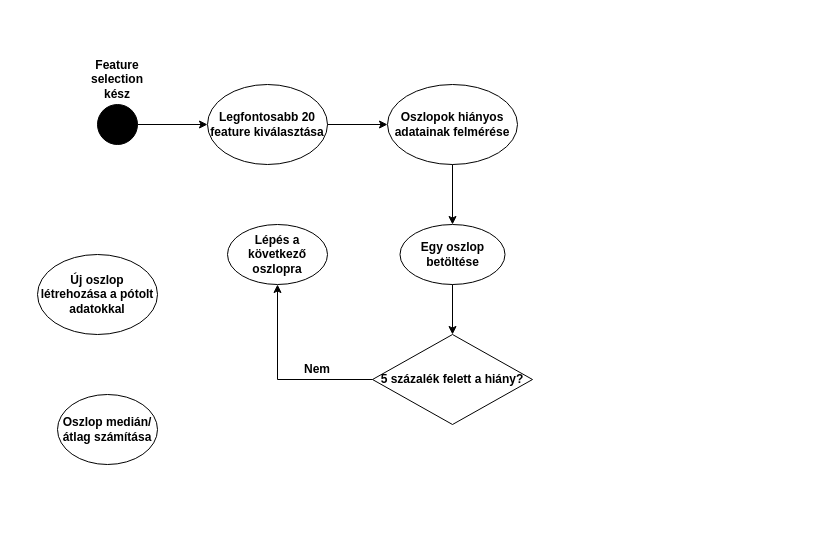
Above: Adattisztítás.drawio in HabanAndras/Gepi-latas (draw.io), before the change. Source tidied: cells renumbered, new cells numbered last; positions are measured from the earlier drawing's top-left corner, leaving out a move shared by most shapes. Both pictures are drawn from the tidied source at 100%, with x=0, y=0 at pixel (37, 64).
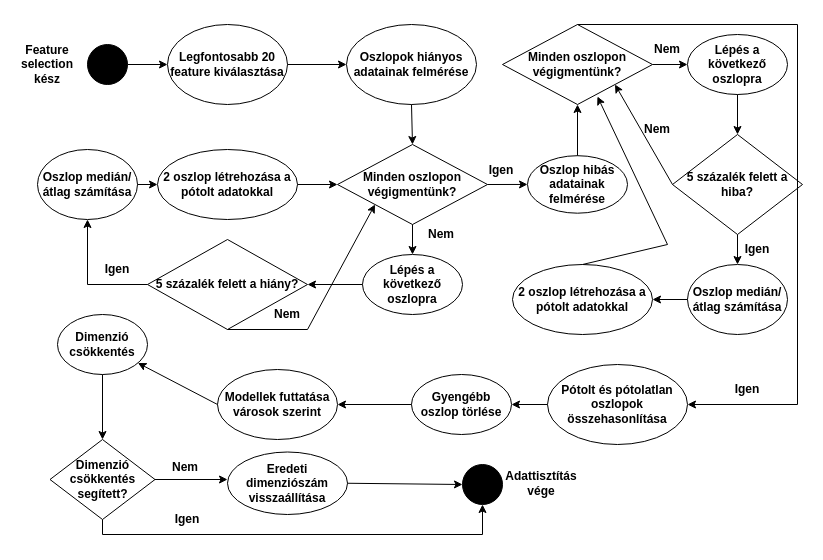
The same diagram, later.

Change to the diagram source:
```diff
@@
     <mxCell id="2" style="ellipse;whiteSpace=wrap;html=1;fillColor=#000000;" parent="1" vertex="1">
-      <mxGeometry x="60" y="40" width="40" height="40" as="geometry" />
+      <mxGeometry x="50" y="-20" width="40" height="40" as="geometry" />
     </mxCell>
     <mxCell id="3" value="&lt;b&gt;Feature selection kész&lt;br&gt;&lt;/b&gt;" style="text;html=1;strokeColor=none;fillColor=none;align=center;verticalAlign=middle;whiteSpace=wrap;rounded=0;" parent="1" vertex="1">
-      <mxGeometry x="50" width="60" height="30" as="geometry" />
+      <mxGeometry x="-20" y="-15" width="60" height="30" as="geometry" />
     </mxCell>
@@
     <mxCell id="5" value="&lt;b&gt;Legfontosabb 20 feature kiválasztása&lt;br&gt;&lt;/b&gt;" style="ellipse;whiteSpace=wrap;html=1;" parent="1" vertex="1">
-      <mxGeometry x="170" y="20" width="120" height="80" as="geometry" />
+      <mxGeometry x="130" y="-40" width="120" height="80" as="geometry" />
     </mxCell>
@@
     <mxCell id="7" value="&lt;b&gt;Oszlopok hiányos adatainak felmérése&lt;br&gt;&lt;/b&gt;" style="ellipse;whiteSpace=wrap;html=1;" parent="1" vertex="1">
-      <mxGeometry x="350" y="20" width="130" height="80" as="geometry" />
+      <mxGeometry x="309" y="-40" width="130" height="80" as="geometry" />
     </mxCell>
-    <mxCell id="8" style="endArrow=classic;html=1;rounded=0;exitX=0.5;exitY=1;exitDx=0;exitDy=0;" parent="1" edge="1" source="7">
-      <mxGeometry relative="1" as="geometry">
-        <mxPoint x="415" y="160" as="targetPoint" />
-      </mxGeometry>
-    </mxCell>
-    <mxCell id="9" value="&lt;b&gt;Egy oszlop betöltése&lt;br&gt;&lt;/b&gt;" style="ellipse;whiteSpace=wrap;html=1;" parent="1" vertex="1">
-      <mxGeometry x="362.5" y="160" width="105" height="60" as="geometry" />
-    </mxCell>
     <mxCell id="10" value="&lt;b&gt;Lépés a következő oszlopra&lt;br&gt;&lt;/b&gt;" style="ellipse;whiteSpace=wrap;html=1;" parent="1" vertex="1">
-      <mxGeometry x="190" y="160" width="100" height="60" as="geometry" />
+      <mxGeometry x="325" y="190" width="100" height="60" as="geometry" />
     </mxCell>
     <mxCell id="11" value="&lt;b&gt;5 százalék felett a hiány?&lt;br&gt;&lt;/b&gt;" style="rhombus;whiteSpace=wrap;html=1;" parent="1" vertex="1">
-      <mxGeometry x="335" y="270" width="160" height="90" as="geometry" />
+      <mxGeometry x="110" y="175" width="160" height="90" as="geometry" />
     </mxCell>
-    <mxCell id="12" style="endArrow=classic;html=1;rounded=0;exitX=0.5;exitY=1;exitDx=0;exitDy=0;entryX=0.5;entryY=0;entryDx=0;entryDy=0;" parent="1" edge="1" source="9" target="11">
-      <mxGeometry relative="1" as="geometry" />
-    </mxCell>
-    <mxCell id="13" style="endArrow=classic;html=1;rounded=0;exitX=0;exitY=0.5;exitDx=0;exitDy=0;entryX=0.5;entryY=1;entryDx=0;entryDy=0;" parent="1" edge="1" source="11" target="10">
-      <mxGeometry relative="1" as="geometry">
-        <Array as="points">
-          <mxPoint x="240" y="315" />
-        </Array>
-      </mxGeometry>
-    </mxCell>
-    <mxCell id="14" value="&lt;b&gt;Nem&lt;/b&gt;" style="text;html=1;strokeColor=none;fillColor=none;align=center;verticalAlign=middle;whiteSpace=wrap;rounded=0;" parent="1" vertex="1">
-      <mxGeometry x="250" y="290" width="60" height="30" as="geometry" />
-    </mxCell>
     <mxCell id="15" value="&lt;b&gt;Oszlop medián/átlag számítása&lt;br&gt;&lt;/b&gt;" style="ellipse;whiteSpace=wrap;html=1;" parent="1" vertex="1">
-      <mxGeometry x="20" y="330" width="100" height="70" as="geometry" />
+      <mxGeometry y="85" width="100" height="70" as="geometry" />
     </mxCell>
-    <mxCell id="16" value="&lt;b&gt;Új oszlop létrehozása a pótolt adatokkal&lt;br&gt;&lt;/b&gt;" style="ellipse;whiteSpace=wrap;html=1;" parent="1" vertex="1">
-      <mxGeometry y="190" width="120" height="80" as="geometry" />
+    <mxCell id="16" value="&lt;b&gt;2 oszlop létrehozása a pótolt adatokkal&lt;br&gt;&lt;/b&gt;" style="ellipse;whiteSpace=wrap;html=1;" parent="1" vertex="1">
+      <mxGeometry x="120" y="85" width="140" height="70" as="geometry" />
     </mxCell>
+    <mxCell id="17" value="&lt;b&gt;Minden oszlopon végigmentünk?&lt;br&gt;&lt;/b&gt;" style="rhombus;whiteSpace=wrap;html=1;" parent="1" vertex="1">
+      <mxGeometry x="300" y="80" width="150" height="80" as="geometry" />
+    </mxCell>
+    <mxCell id="18" value="&lt;b&gt;Nem&lt;/b&gt;" style="text;html=1;strokeColor=none;fillColor=none;align=center;verticalAlign=middle;whiteSpace=wrap;rounded=0;" parent="1" vertex="1">
+      <mxGeometry x="374" y="155" width="60" height="30" as="geometry" />
+    </mxCell>
+    <mxCell id="19" value="&lt;b&gt;Igen&lt;/b&gt;" style="text;html=1;strokeColor=none;fillColor=none;align=center;verticalAlign=middle;whiteSpace=wrap;rounded=0;" parent="1" vertex="1">
+      <mxGeometry x="50" y="190" width="60" height="30" as="geometry" />
+    </mxCell>
+    <mxCell id="20" value="&lt;b&gt;Nem&lt;/b&gt;" style="text;html=1;strokeColor=none;fillColor=none;align=center;verticalAlign=middle;whiteSpace=wrap;rounded=0;" parent="1" vertex="1">
+      <mxGeometry x="220" y="235" width="60" height="30" as="geometry" />
+    </mxCell>
+    <mxCell id="21" style="endArrow=classic;html=1;rounded=0;exitX=0.5;exitY=1;exitDx=0;exitDy=0;entryX=0.5;entryY=0;entryDx=0;entryDy=0;" parent="1" edge="1" source="7" target="17">
+      <mxGeometry relative="1" as="geometry" />
+    </mxCell>
+    <mxCell id="22" style="endArrow=classic;html=1;rounded=0;exitX=0.5;exitY=1;exitDx=0;exitDy=0;entryX=0.5;entryY=0;entryDx=0;entryDy=0;" parent="1" edge="1" source="17" target="10">
+      <mxGeometry relative="1" as="geometry" />
+    </mxCell>
+    <mxCell id="23" style="endArrow=classic;html=1;rounded=0;exitX=0;exitY=0.5;exitDx=0;exitDy=0;entryX=1;entryY=0.5;entryDx=0;entryDy=0;" parent="1" edge="1" source="10" target="11">
+      <mxGeometry relative="1" as="geometry" />
+    </mxCell>
+    <mxCell id="24" style="endArrow=classic;html=1;rounded=0;exitX=1;exitY=0.5;exitDx=0;exitDy=0;entryX=0;entryY=0.5;entryDx=0;entryDy=0;" parent="1" edge="1" source="16" target="17">
+      <mxGeometry relative="1" as="geometry" />
+    </mxCell>
+    <mxCell id="25" style="endArrow=classic;html=1;rounded=0;exitX=1;exitY=0.5;exitDx=0;exitDy=0;entryX=0;entryY=0.5;entryDx=0;entryDy=0;" parent="1" edge="1" source="15" target="16">
+      <mxGeometry relative="1" as="geometry" />
+    </mxCell>
+    <mxCell id="26" style="endArrow=classic;html=1;rounded=0;exitX=0;exitY=0.5;exitDx=0;exitDy=0;entryX=0.5;entryY=1;entryDx=0;entryDy=0;" parent="1" edge="1" source="11" target="15">
+      <mxGeometry relative="1" as="geometry">
+        <Array as="points">
+          <mxPoint x="50" y="220" />
+        </Array>
+      </mxGeometry>
+    </mxCell>
+    <mxCell id="27" value="&lt;b&gt;Oszlop hibás adatainak felmérése&lt;br&gt;&lt;/b&gt;" style="ellipse;whiteSpace=wrap;html=1;" parent="1" vertex="1">
+      <mxGeometry x="490" y="91.2" width="100" height="57.5" as="geometry" />
+    </mxCell>
+    <mxCell id="28" style="endArrow=classic;html=1;rounded=0;exitX=0.5;exitY=0;exitDx=0;exitDy=0;entryX=0.5;entryY=1;entryDx=0;entryDy=0;" parent="1" edge="1" source="27" target="29">
+      <mxGeometry relative="1" as="geometry" />
+    </mxCell>
+    <mxCell id="29" value="&lt;b&gt;Minden oszlopon végigmentünk?&lt;br&gt;&lt;/b&gt;" style="rhombus;whiteSpace=wrap;html=1;" parent="1" vertex="1">
+      <mxGeometry x="465" y="-40" width="150" height="80" as="geometry" />
+    </mxCell>
+    <mxCell id="30" value="&lt;b&gt;Nem&lt;/b&gt;" style="text;html=1;strokeColor=none;fillColor=none;align=center;verticalAlign=middle;whiteSpace=wrap;rounded=0;" parent="1" vertex="1">
+      <mxGeometry x="600" y="-30" width="60" height="30" as="geometry" />
+    </mxCell>
+    <mxCell id="31" value="&lt;b&gt;Lépés a következő oszlopra&lt;br&gt;&lt;/b&gt;" style="ellipse;whiteSpace=wrap;html=1;" parent="1" vertex="1">
+      <mxGeometry x="650" y="-30" width="100" height="60" as="geometry" />
+    </mxCell>
+    <mxCell id="32" style="endArrow=classic;html=1;rounded=0;exitX=0.5;exitY=1;exitDx=0;exitDy=0;entryX=0;entryY=1;entryDx=0;entryDy=0;" parent="1" edge="1" source="11" target="17">
+      <mxGeometry relative="1" as="geometry">
+        <Array as="points">
+          <mxPoint x="270" y="265" />
+        </Array>
+      </mxGeometry>
+    </mxCell>
+    <mxCell id="33" style="endArrow=classic;html=1;rounded=0;exitX=1;exitY=0.5;exitDx=0;exitDy=0;entryX=0;entryY=0.5;entryDx=0;entryDy=0;" parent="1" edge="1" source="17" target="27">
+      <mxGeometry relative="1" as="geometry" />
+    </mxCell>
+    <mxCell id="34" value="&lt;b&gt;Igen&lt;/b&gt;" style="text;html=1;strokeColor=none;fillColor=none;align=center;verticalAlign=middle;whiteSpace=wrap;rounded=0;" parent="1" vertex="1">
+      <mxGeometry x="434" y="91.2" width="60" height="30" as="geometry" />
+    </mxCell>
+    <mxCell id="35" style="endArrow=classic;html=1;rounded=0;exitX=1;exitY=0.5;exitDx=0;exitDy=0;entryX=0;entryY=0.5;entryDx=0;entryDy=0;" parent="1" edge="1" source="29" target="31">
+      <mxGeometry relative="1" as="geometry" />
+    </mxCell>
+    <mxCell id="36" value="&lt;div&gt;&lt;b&gt;5 százalék felett a &lt;br&gt;&lt;/b&gt;&lt;/div&gt;&lt;div&gt;&lt;b&gt;hiba?&lt;/b&gt;&lt;/div&gt;" style="rhombus;whiteSpace=wrap;html=1;" parent="1" vertex="1">
+      <mxGeometry x="635" y="70" width="130" height="100" as="geometry" />
+    </mxCell>
+    <mxCell id="37" style="endArrow=classic;html=1;rounded=0;exitX=0.5;exitY=1;exitDx=0;exitDy=0;" parent="1" edge="1" source="31" target="36">
+      <mxGeometry relative="1" as="geometry" />
+    </mxCell>
+    <mxCell id="38" style="endArrow=classic;html=1;rounded=0;exitX=0;exitY=0.5;exitDx=0;exitDy=0;entryX=1;entryY=1;entryDx=0;entryDy=0;" parent="1" edge="1" source="36" target="29">
+      <mxGeometry relative="1" as="geometry" />
+    </mxCell>
+    <mxCell id="39" value="&lt;b&gt;Nem&lt;/b&gt;" style="text;html=1;strokeColor=none;fillColor=none;align=center;verticalAlign=middle;whiteSpace=wrap;rounded=0;" parent="1" vertex="1">
+      <mxGeometry x="590" y="50" width="60" height="30" as="geometry" />
+    </mxCell>
+    <mxCell id="40" value="&lt;b&gt;Oszlop medián/átlag számítása&lt;br&gt;&lt;/b&gt;" style="ellipse;whiteSpace=wrap;html=1;" parent="1" vertex="1">
+      <mxGeometry x="650" y="200" width="100" height="70" as="geometry" />
+    </mxCell>
+    <mxCell id="41" style="endArrow=classic;html=1;rounded=0;exitX=0.5;exitY=1;exitDx=0;exitDy=0;entryX=0.5;entryY=0;entryDx=0;entryDy=0;" parent="1" edge="1" source="36" target="40">
+      <mxGeometry relative="1" as="geometry" />
+    </mxCell>
+    <mxCell id="42" value="&lt;b&gt;Igen&lt;/b&gt;" style="text;html=1;strokeColor=none;fillColor=none;align=center;verticalAlign=middle;whiteSpace=wrap;rounded=0;" parent="1" vertex="1">
+      <mxGeometry x="690" y="170" width="60" height="30" as="geometry" />
+    </mxCell>
+    <mxCell id="43" value="&lt;b&gt;2 oszlop létrehozása a pótolt adatokkal&lt;br&gt;&lt;/b&gt;" style="ellipse;whiteSpace=wrap;html=1;" parent="1" vertex="1">
+      <mxGeometry x="475" y="200" width="140" height="70" as="geometry" />
+    </mxCell>
+    <mxCell id="44" style="endArrow=classic;html=1;rounded=0;exitX=0;exitY=0.5;exitDx=0;exitDy=0;entryX=1;entryY=0.5;entryDx=0;entryDy=0;" parent="1" edge="1" source="40" target="43">
+      <mxGeometry relative="1" as="geometry" />
+    </mxCell>
+    <mxCell id="45" style="endArrow=classic;html=1;rounded=0;exitX=0.5;exitY=0;exitDx=0;exitDy=0;entryX=0.633;entryY=0.9;entryDx=0;entryDy=0;entryPerimeter=0;" parent="1" edge="1" source="43" target="29">
+      <mxGeometry relative="1" as="geometry">
+        <Array as="points">
+          <mxPoint x="630" y="180" />
+        </Array>
+      </mxGeometry>
+    </mxCell>
+    <mxCell id="46" style="endArrow=classic;html=1;rounded=0;exitX=0.5;exitY=0;exitDx=0;exitDy=0;entryX=1;entryY=0.5;entryDx=0;entryDy=0;" parent="1" edge="1" source="29" target="47">
+      <mxGeometry relative="1" as="geometry">
+        <Array as="points">
+          <mxPoint x="760" y="-40" />
+          <mxPoint x="760" y="340" />
+        </Array>
+      </mxGeometry>
+    </mxCell>
+    <mxCell id="47" value="&lt;b&gt;Pótolt és pótolatlan oszlopok összehasonlítása&lt;br&gt;&lt;/b&gt;" style="ellipse;whiteSpace=wrap;html=1;" parent="1" vertex="1">
+      <mxGeometry x="510" y="300" width="140" height="80" as="geometry" />
+    </mxCell>
+    <mxCell id="48" value="&lt;b&gt;Igen&lt;/b&gt;" style="text;html=1;strokeColor=none;fillColor=none;align=center;verticalAlign=middle;whiteSpace=wrap;rounded=0;" parent="1" vertex="1">
+      <mxGeometry x="680" y="310" width="60" height="30" as="geometry" />
+    </mxCell>
+    <mxCell id="49" style="endArrow=classic;html=1;rounded=0;exitX=0;exitY=0.5;exitDx=0;exitDy=0;" parent="1" edge="1" source="47" target="50">
+      <mxGeometry relative="1" as="geometry" />
+    </mxCell>
+    <mxCell id="50" value="&lt;b&gt;Gyengébb oszlop törlése&lt;br&gt;&lt;/b&gt;" style="ellipse;whiteSpace=wrap;html=1;" parent="1" vertex="1">
+      <mxGeometry x="374" y="310" width="100" height="60" as="geometry" />
+    </mxCell>
+    <mxCell id="51" style="endArrow=classic;html=1;rounded=0;exitX=0;exitY=0.5;exitDx=0;exitDy=0;" parent="1" edge="1" source="50">
+      <mxGeometry relative="1" as="geometry">
+        <mxPoint x="300" y="340" as="targetPoint" />
+      </mxGeometry>
+    </mxCell>
+    <mxCell id="52" value="&lt;b&gt;Modellek futtatása városok szerint&lt;br&gt;&lt;/b&gt;" style="ellipse;whiteSpace=wrap;html=1;" parent="1" vertex="1">
+      <mxGeometry x="180" y="305" width="120" height="70" as="geometry" />
+    </mxCell>
+    <mxCell id="53" style="endArrow=classic;html=1;rounded=0;exitX=0;exitY=0.5;exitDx=0;exitDy=0;" parent="1" edge="1" source="52" target="54">
+      <mxGeometry relative="1" as="geometry" />
+    </mxCell>
+    <mxCell id="54" value="&lt;b&gt;Dimenzió csökkentés&lt;br&gt;&lt;/b&gt;" style="ellipse;whiteSpace=wrap;html=1;" parent="1" vertex="1">
+      <mxGeometry x="20" y="250" width="90" height="60" as="geometry" />
+    </mxCell>
+    <mxCell id="55" style="endArrow=classic;html=1;rounded=0;exitX=0.5;exitY=1;exitDx=0;exitDy=0;" parent="1" edge="1" source="54" target="56">
+      <mxGeometry relative="1" as="geometry" />
+    </mxCell>
+    <mxCell id="56" value="&lt;b&gt;Dimenzió csökkentés segített?&lt;br&gt;&lt;/b&gt;" style="rhombus;whiteSpace=wrap;html=1;" parent="1" vertex="1">
+      <mxGeometry x="12.5" y="375" width="105" height="80" as="geometry" />
+    </mxCell>
+    <mxCell id="57" style="endArrow=classic;html=1;rounded=0;exitX=1;exitY=0.5;exitDx=0;exitDy=0;" parent="1" edge="1" source="56">
+      <mxGeometry relative="1" as="geometry">
+        <mxPoint x="190" y="415" as="targetPoint" />
+      </mxGeometry>
+    </mxCell>
+    <mxCell id="58" value="&lt;b&gt;Eredeti dimenziószám visszaállítása&lt;br&gt;&lt;/b&gt;" style="ellipse;whiteSpace=wrap;html=1;" parent="1" vertex="1">
+      <mxGeometry x="190" y="387.5" width="120" height="62.5" as="geometry" />
+    </mxCell>
+    <mxCell id="59" style="ellipse;whiteSpace=wrap;html=1;fillColor=#000000;" parent="1" vertex="1">
+      <mxGeometry x="425" y="400" width="40" height="40" as="geometry" />
+    </mxCell>
+    <mxCell id="60" value="&lt;b&gt;Adattisztítás vége&lt;br&gt;&lt;/b&gt;" style="text;html=1;strokeColor=none;fillColor=none;align=center;verticalAlign=middle;whiteSpace=wrap;rounded=0;" parent="1" vertex="1">
+      <mxGeometry x="474" y="403.8" width="60" height="30" as="geometry" />
+    </mxCell>
+    <mxCell id="61" style="endArrow=classic;html=1;rounded=0;exitX=1;exitY=0.5;exitDx=0;exitDy=0;entryX=0;entryY=0.5;entryDx=0;entryDy=0;" parent="1" edge="1" source="58" target="59">
+      <mxGeometry relative="1" as="geometry" />
+    </mxCell>
+    <mxCell id="62" value="&lt;b&gt;Nem&lt;/b&gt;" style="text;html=1;strokeColor=none;fillColor=none;align=center;verticalAlign=middle;whiteSpace=wrap;rounded=0;" parent="1" vertex="1">
+      <mxGeometry x="117.5" y="387.5" width="60" height="30" as="geometry" />
+    </mxCell>
+    <mxCell id="63" style="endArrow=classic;html=1;rounded=0;exitX=0.5;exitY=1;exitDx=0;exitDy=0;entryX=0.5;entryY=1;entryDx=0;entryDy=0;" parent="1" edge="1" source="56" target="59">
+      <mxGeometry relative="1" as="geometry">
+        <Array as="points">
+          <mxPoint x="65" y="470" />
+          <mxPoint x="445" y="470" />
+        </Array>
+      </mxGeometry>
+    </mxCell>
+    <mxCell id="64" value="&lt;b&gt;Igen&lt;/b&gt;" style="text;html=1;strokeColor=none;fillColor=none;align=center;verticalAlign=middle;whiteSpace=wrap;rounded=0;" parent="1" vertex="1">
+      <mxGeometry x="120" y="440" width="60" height="30" as="geometry" />
+    </mxCell>
```
